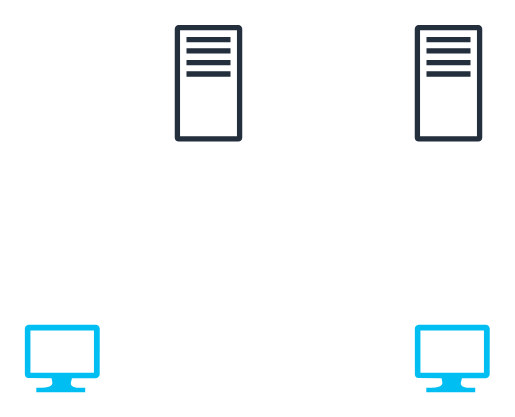
Earlier version of the draw.io diagram Untitled Diagram.drawio (tedwards45/Active-Directory-Lab). Source tidied: cells renumbered, new cells numbered last; positions are measured from the earlier drawing's top-left corner, leaving out a move shared by most shapes. Both pictures are drawn from the tidied source at 150%, with x=0, y=0 at pixel (24, 24).
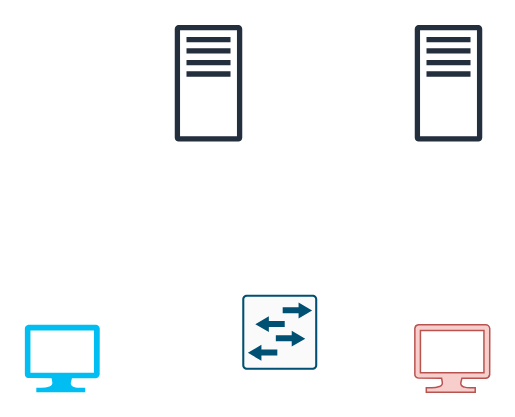
After the change.

The edit, as a diff of the source:
```diff
@@
 <mxGraphModel>
   <root>
     <mxCell id="0" />
     <mxCell id="1" parent="0" />
     <mxCell id="2" style="sketch=0;fontColor=#232F3E;gradientColor=none;fillColor=#232F3D;strokeColor=none;dashed=0;verticalLabelPosition=bottom;verticalAlign=top;align=center;html=1;fontSize=12;fontStyle=0;shape=mxgraph.aws4.traditional_server;" parent="1" vertex="1">
       <mxGeometry x="100" width="45" height="78" as="geometry" />
     </mxCell>
     <mxCell id="3" style="sketch=0;fontColor=#232F3E;gradientColor=none;fillColor=#232F3D;strokeColor=none;dashed=0;verticalLabelPosition=bottom;verticalAlign=top;align=center;html=1;fontSize=12;fontStyle=0;shape=mxgraph.aws4.traditional_server;" parent="1" vertex="1">
       <mxGeometry x="260" width="45" height="78" as="geometry" />
     </mxCell>
     <mxCell id="4" style="verticalLabelPosition=bottom;html=1;verticalAlign=top;align=center;strokeColor=none;fillColor=#00BEF2;shape=mxgraph.azure.computer;" parent="1" vertex="1">
       <mxGeometry y="200" width="50" height="45" as="geometry" />
     </mxCell>
-    <mxCell id="5" style="verticalLabelPosition=bottom;html=1;verticalAlign=top;align=center;strokeColor=none;fillColor=#00BEF2;shape=mxgraph.azure.computer;" parent="1" vertex="1">
+    <mxCell id="5" style="verticalLabelPosition=bottom;html=1;verticalAlign=top;align=center;strokeColor=#b85450;fillColor=#f8cecc;shape=mxgraph.azure.computer;" parent="1" vertex="1">
       <mxGeometry x="260" y="200" width="50" height="45" as="geometry" />
     </mxCell>
+    <mxCell id="6" style="sketch=0;verticalLabelPosition=bottom;html=1;verticalAlign=top;align=center;shape=mxgraph.cisco19.rect;prIcon=l2_switch;fillColor=#FAFAFA;strokeColor=#005073;" parent="1" vertex="1">
+      <mxGeometry x="145" y="180" width="50" height="50" as="geometry" />
+    </mxCell>
   </root>
 </mxGraphModel>
```
